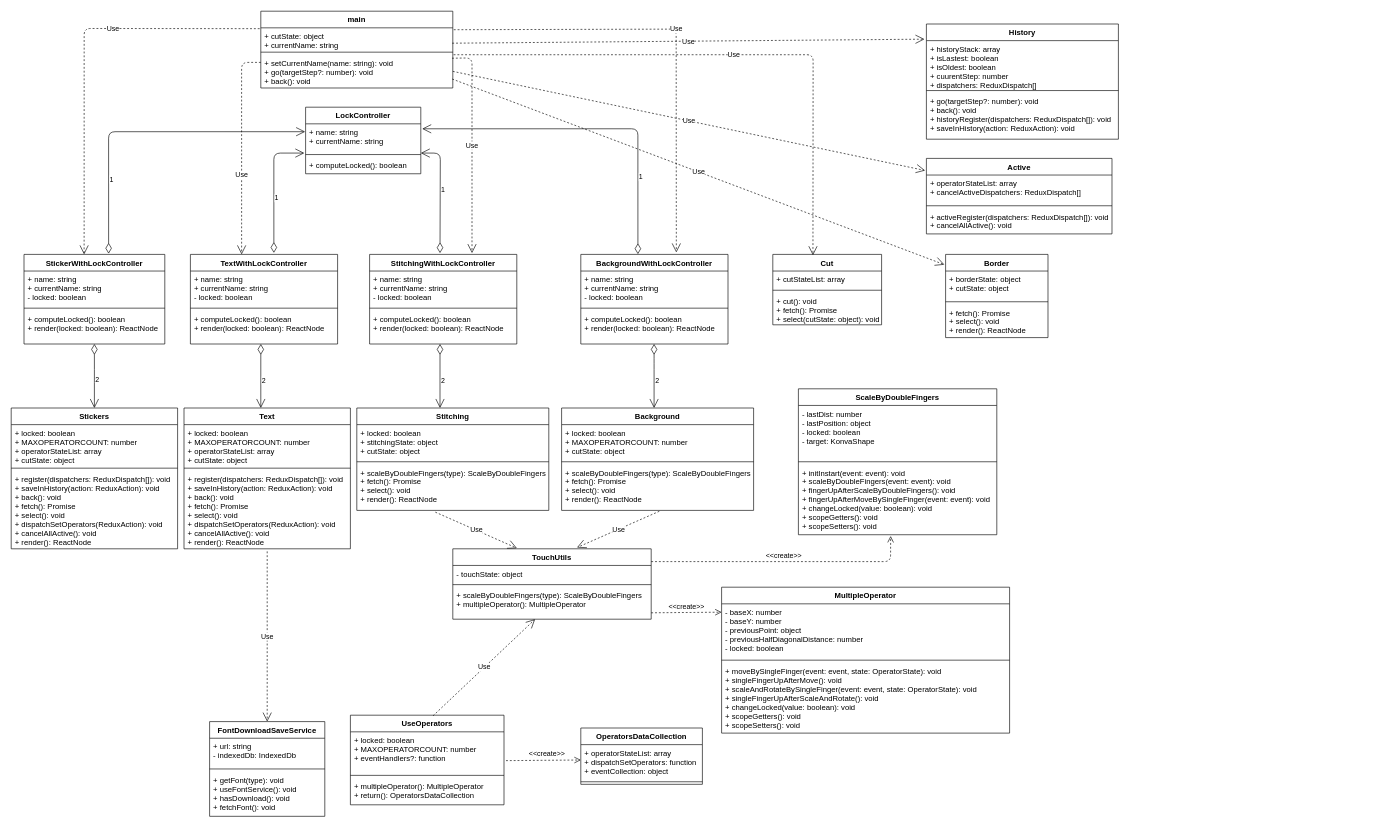
The draw.io diagram duitangFE/图文工具2.drawio in HiWayne/UMLDesign, before the edit. Source tidied: cells renumbered, new cells numbered last; positions are measured from the earlier drawing's top-left corner, leaving out a move shared by most shapes. Both pictures are drawn from the tidied source at 64%, with x=0, y=0 at pixel (11, 11).
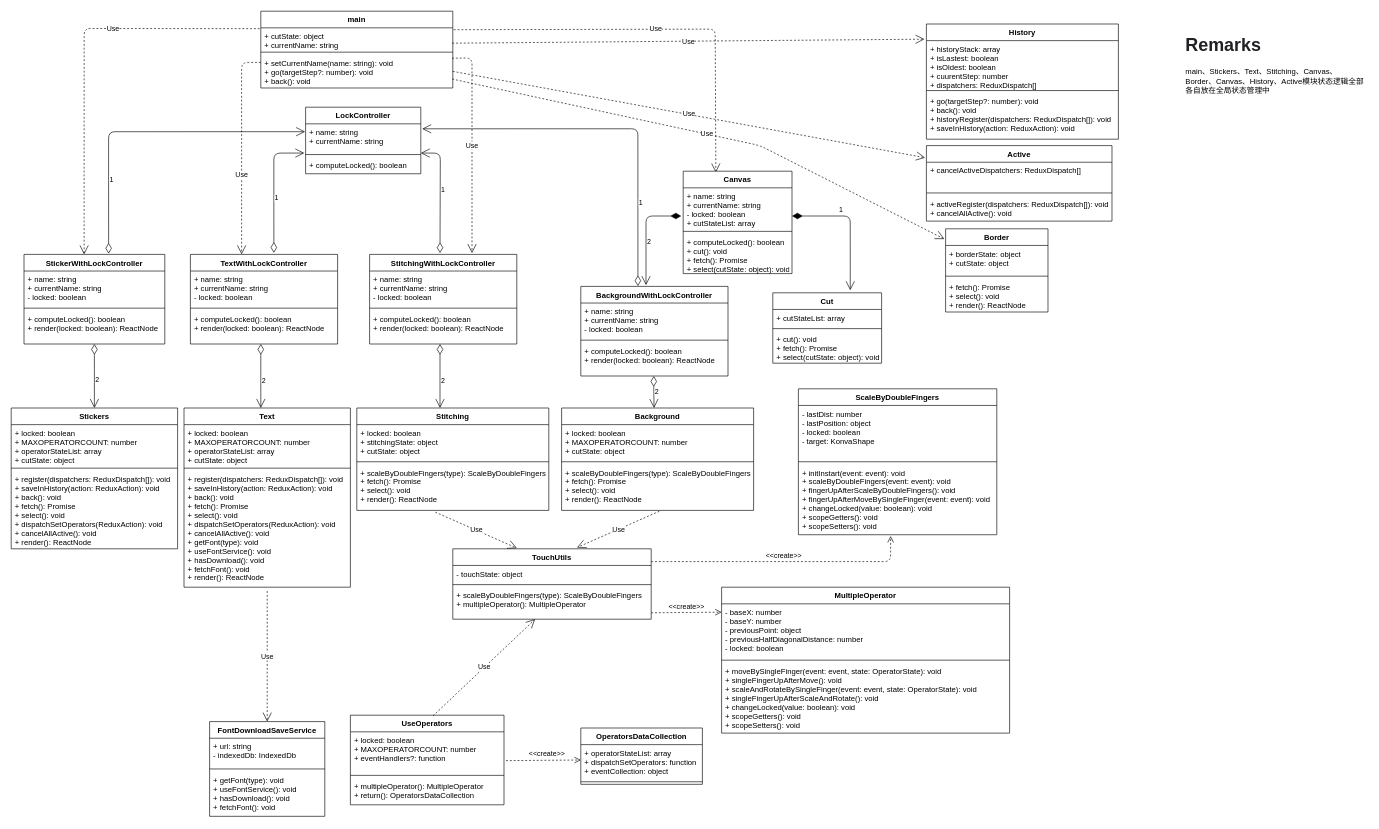
After the change.

Unchanged cells that the change refers to:
```xml
<mxCell id="3" value="+ cutState: object&#10;+ currentName: string" style="text;strokeColor=none;fillColor=none;align=left;verticalAlign=top;spacingLeft=4;spacingRight=4;overflow=hidden;points=[[0,0.5],[1,0.5]];portConstraint=eastwest;" parent="2" vertex="1">
  <mxGeometry y="26" width="300" height="34" as="geometry" />
</mxCell>
<mxCell id="5" value="+ setCurrentName(name: string): void&#10;+ go(targetStep?: number): void&#10;+ back(): void" style="text;strokeColor=none;fillColor=none;align=left;verticalAlign=top;spacingLeft=4;spacingRight=4;overflow=hidden;points=[[0,0.5],[1,0.5]];portConstraint=eastwest;" parent="2" vertex="1">
  <mxGeometry y="68" width="300" height="52" as="geometry" />
</mxCell>
```

Diff of the diagram source:
```diff
@@
     <mxCell id="24" value="BackgroundWithLockController" style="swimlane;fontStyle=1;align=center;verticalAlign=top;horizontal=1;startSize=26;" parent="1" vertex="1">
-      <mxGeometry x="890" y="380" width="230" height="140" as="geometry" />
+      <mxGeometry x="890" y="430" width="230" height="140" as="geometry" />
     </mxCell>
@@
-    <mxCell id="29" value="Use" style="endArrow=open;endSize=12;dashed=1;html=1;entryX=0.649;entryY=-0.022;entryDx=0;entryDy=0;entryPerimeter=0;exitX=1.005;exitY=0.086;exitDx=0;exitDy=0;exitPerimeter=0;" parent="1" edge="1" source="3" target="24">
+    <mxCell id="29" value="Use" style="endArrow=open;endSize=12;dashed=1;html=1;entryX=0.3;entryY=0.012;entryDx=0;entryDy=0;exitX=1.005;exitY=0.086;exitDx=0;exitDy=0;exitPerimeter=0;entryPerimeter=0;" parent="1" edge="1" source="3" target="105">
       <mxGeometry relative="1" as="geometry">
         <Array as="points">
-          <mxPoint x="1039" y="28" />
+          <mxPoint x="1100" y="28" />
         </Array>
       </mxGeometry>
     </mxCell>
@@
     <mxCell id="34" value="Text" style="swimlane;fontStyle=1;align=center;verticalAlign=top;horizontal=1;startSize=26;" parent="1" vertex="1">
-      <mxGeometry x="270" y="620" width="260" height="220" as="geometry" />
+      <mxGeometry x="270" y="620" width="260" height="280" as="geometry" />
     </mxCell>
@@
-    <mxCell id="37" value="+ register(dispatchers: ReduxDispatch[]): void&#10;+ saveInHistory(action: ReduxAction): void&#10;+ back(): void&#10;+ fetch(): Promise&#10;+ select(): void&#10;+ dispatchSetOperators(ReduxAction): void&#10;+ cancelAllActive(): void&#10;+ render(): ReactNode" style="text;strokeColor=none;fillColor=none;align=left;verticalAlign=top;spacingLeft=4;spacingRight=4;overflow=hidden;points=[[0,0.5],[1,0.5]];portConstraint=eastwest;" parent="34" vertex="1">
-      <mxGeometry y="98" width="260" height="122" as="geometry" />
+    <mxCell id="37" value="+ register(dispatchers: ReduxDispatch[]): void&#10;+ saveInHistory(action: ReduxAction): void&#10;+ back(): void&#10;+ fetch(): Promise&#10;+ select(): void&#10;+ dispatchSetOperators(ReduxAction): void&#10;+ cancelAllActive(): void&#10;+ getFont(type): void&#10;+ useFontService(): void&#10;+ hasDownload(): void&#10;+ fetchFont(): void&#10;+ render(): ReactNode" style="text;strokeColor=none;fillColor=none;align=left;verticalAlign=top;spacingLeft=4;spacingRight=4;overflow=hidden;points=[[0,0.5],[1,0.5]];portConstraint=eastwest;" parent="34" vertex="1">
+      <mxGeometry y="98" width="260" height="182" as="geometry" />
     </mxCell>
@@
-    <mxCell id="54" value="2" style="endArrow=open;html=1;endSize=12;startArrow=diamondThin;startSize=14;startFill=0;edgeStyle=orthogonalEdgeStyle;align=left;verticalAlign=bottom;fontColor=#000000;exitX=0.5;exitY=1;exitDx=0;exitDy=0;exitPerimeter=0;" parent="1" edge="1">
+    <mxCell id="54" value="2" style="endArrow=open;html=1;endSize=12;startArrow=diamondThin;startSize=14;startFill=0;edgeStyle=orthogonalEdgeStyle;align=left;verticalAlign=bottom;fontColor=#000000;" parent="1" edge="1">
       <mxGeometry x="0.32" relative="1" as="geometry">
-        <mxPoint x="1004.5" y="520" as="sourcePoint" />
+        <mxPoint x="1004" y="570" as="sourcePoint" />
         <mxPoint x="1004.5" y="620" as="targetPoint" />
         <Array as="points">
-          <mxPoint x="1004.8" y="550" />
-          <mxPoint x="1004.8" y="550" />
+          <mxPoint x="1004" y="590" />
+          <mxPoint x="1004" y="590" />
         </Array>
       </mxGeometry>
     </mxCell>
@@
     <mxCell id="84" value="Cut" style="swimlane;fontStyle=1;align=center;verticalAlign=top;horizontal=1;startSize=26;fontColor=#000000;html=0;" parent="1" vertex="1">
-      <mxGeometry x="1190" y="380" width="170" height="110" as="geometry" />
+      <mxGeometry x="1190" y="440" width="170" height="110" as="geometry" />
     </mxCell>
@@
-    <mxCell id="88" value="Use" style="endArrow=open;endSize=12;dashed=1;html=1;fontColor=#000000;exitX=1.004;exitY=0;exitDx=0;exitDy=0;exitPerimeter=0;entryX=0.369;entryY=0.012;entryDx=0;entryDy=0;entryPerimeter=0;" parent="1" edge="1" source="5" target="84">
-      <mxGeometry relative="1" as="geometry">
-        <Array as="points">
-          <mxPoint x="1253" y="68" />
-        </Array>
-      </mxGeometry>
-    </mxCell>
     <mxCell id="89" value="Active" style="swimlane;fontStyle=1;align=center;verticalAlign=top;horizontal=1;startSize=26;fontColor=#000000;html=0;" parent="1" vertex="1">
-      <mxGeometry x="1430" y="230" width="290" height="118" as="geometry" />
+      <mxGeometry x="1430" y="210" width="290" height="118" as="geometry" />
     </mxCell>
-    <mxCell id="90" value="+ operatorStateList: array&#10;+ cancelActiveDispatchers: ReduxDispatch[]" style="text;strokeColor=none;fillColor=none;align=left;verticalAlign=top;spacingLeft=4;spacingRight=4;overflow=hidden;" parent="89" vertex="1">
+    <mxCell id="90" value="+ cancelActiveDispatchers: ReduxDispatch[]" style="text;strokeColor=none;fillColor=none;align=left;verticalAlign=top;spacingLeft=4;spacingRight=4;overflow=hidden;" parent="89" vertex="1">
       <mxGeometry y="26" width="290" height="44" as="geometry" />
     </mxCell>
@@
     <mxCell id="99" value="Border" style="swimlane;fontStyle=1;align=center;verticalAlign=top;horizontal=1;startSize=26;" parent="1" vertex="1">
-      <mxGeometry x="1460" y="380" width="160" height="130" as="geometry" />
+      <mxGeometry x="1460" y="340" width="160" height="130" as="geometry" />
     </mxCell>
@@
     <mxCell id="103" value="Use" style="endArrow=open;endSize=12;dashed=1;html=1;exitX=0.997;exitY=0.731;exitDx=0;exitDy=0;exitPerimeter=0;entryX=-0.012;entryY=0.123;entryDx=0;entryDy=0;entryPerimeter=0;" parent="1" edge="1" source="5" target="99">
-      <mxGeometry relative="1" as="geometry" />
+      <mxGeometry relative="1" as="geometry">
+        <Array as="points">
+          <mxPoint x="1170" y="210" />
+        </Array>
+      </mxGeometry>
     </mxCell>
+    <mxCell id="104" value="&lt;h1&gt;&lt;pre class=&quot;tw-data-text tw-text-large XcVN5d tw-ta&quot; id=&quot;tw-target-text&quot; dir=&quot;ltr&quot; style=&quot;font-size: 28px ; line-height: 36px ; border: none ; padding: 2px 0.14em 2px 0px ; position: relative ; margin-top: -2px ; margin-bottom: -2px ; resize: none ; font-family: inherit ; overflow: hidden ; width: 277px ; overflow-wrap: break-word ; color: rgb(32 , 33 , 36)&quot;&gt;&lt;span lang=&quot;en&quot;&gt;Remarks&lt;/span&gt;&lt;/pre&gt;&lt;/h1&gt;&lt;p&gt;main、Stickers、Text、Stitching、Canvas、Border、Canvas、History、Active模块状态逻辑全部各自放在全局状态管理中&lt;/p&gt;" style="text;html=1;strokeColor=none;fillColor=none;spacing=5;spacingTop=-20;whiteSpace=wrap;overflow=hidden;rounded=0;" parent="1" vertex="1">
+      <mxGeometry x="1830" y="30" width="290" height="140" as="geometry" />
+    </mxCell>
+    <mxCell id="105" value="Canvas" style="swimlane;fontStyle=1;align=center;verticalAlign=top;horizontal=1;startSize=26;" parent="1" vertex="1">
+      <mxGeometry x="1050" y="250" width="170" height="160" as="geometry" />
+    </mxCell>
+    <mxCell id="106" value="+ name: string&#10;+ currentName: string&#10;- locked: boolean&#10;+ cutStateList: array" style="text;strokeColor=none;fillColor=none;align=left;verticalAlign=top;spacingLeft=4;spacingRight=4;overflow=hidden;points=[[0,0.5],[1,0.5]];portConstraint=eastwest;" parent="105" vertex="1">
+      <mxGeometry y="26" width="170" height="64" as="geometry" />
+    </mxCell>
+    <mxCell id="107" style="line;strokeWidth=1;fillColor=none;align=left;verticalAlign=middle;spacingTop=-1;spacingLeft=3;spacingRight=3;labelPosition=right;" parent="105" vertex="1">
+      <mxGeometry y="90" width="170" height="8" as="geometry" />
+    </mxCell>
+    <mxCell id="108" value="+ computeLocked(): boolean&#10;+ cut(): void&#10;+ fetch(): Promise&#10;+ select(cutState: object): void" style="text;strokeColor=none;fillColor=none;align=left;verticalAlign=top;spacingLeft=4;spacingRight=4;overflow=hidden;" parent="105" vertex="1">
+      <mxGeometry y="98" width="170" height="62" as="geometry" />
+    </mxCell>
+    <mxCell id="109" value="2" style="endArrow=open;html=1;endSize=12;startArrow=diamondThin;startSize=14;startFill=1;edgeStyle=orthogonalEdgeStyle;align=left;verticalAlign=bottom;entryX=0.443;entryY=-0.014;entryDx=0;entryDy=0;entryPerimeter=0;exitX=-0.018;exitY=0.688;exitDx=0;exitDy=0;exitPerimeter=0;" parent="1" edge="1" source="106" target="24">
+      <mxGeometry x="0.29" relative="1" as="geometry" />
+    </mxCell>
+    <mxCell id="110" value="1" style="endArrow=open;html=1;endSize=12;startArrow=diamondThin;startSize=14;startFill=1;edgeStyle=orthogonalEdgeStyle;align=left;verticalAlign=bottom;entryX=0.712;entryY=-0.036;entryDx=0;entryDy=0;entryPerimeter=0;" parent="1" edge="1" target="84">
+      <mxGeometry x="-0.3" relative="1" as="geometry">
+        <mxPoint x="1220" y="320" as="sourcePoint" />
+        <Array as="points">
+          <mxPoint x="1311" y="320" />
+        </Array>
+      </mxGeometry>
+    </mxCell>
```
